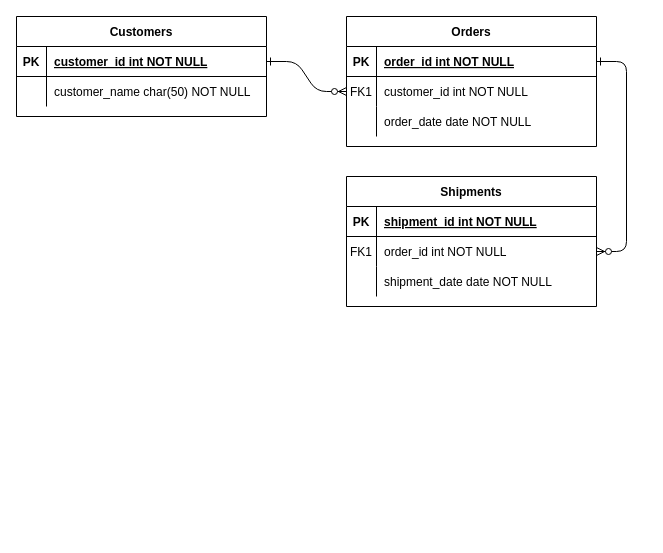
Siswadi24/BDI-DENPASAR keeps this draw.io diagram as Day9/Untitled Diagram.drawio. Above is the earlier version. Source tidied: cells renumbered, new cells numbered last; positions are measured from the earlier drawing's top-left corner, leaving out a move shared by most shapes. Both pictures are drawn from the tidied source at 100%, with x=0, y=0 at pixel (16, 16).
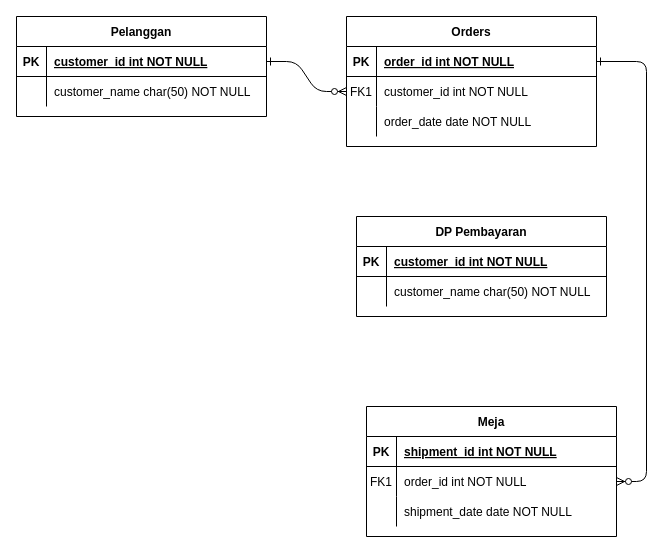
Above is the later version.

What changed in the source:
```diff
@@
-    <mxCell id="14" value="Shipments" style="shape=table;startSize=30;childLayout=tableLayout;rowLines=0;fontStyle=1;align=center;" parent="1" vertex="1">
-      <mxGeometry x="330" y="160" width="250" height="130" as="geometry" />
+    <mxCell id="14" value="Meja" style="shape=table;startSize=30;childLayout=tableLayout;rowLines=0;fontStyle=1;align=center;" parent="1" vertex="1">
+      <mxGeometry x="350" y="390" width="250" height="130" as="geometry" />
     </mxCell>
@@
-    <mxCell id="24" value="Customers" style="shape=table;startSize=30;childLayout=tableLayout;rowLines=0;fontStyle=1;align=center;" parent="1" vertex="1">
+    <mxCell id="24" value="Pelanggan" style="shape=table;startSize=30;childLayout=tableLayout;rowLines=0;fontStyle=1;align=center;" parent="1" vertex="1">
       <mxGeometry width="250" height="100" as="geometry" />
     </mxCell>
@@
+    <mxCell id="31" value="DP Pembayaran" style="shape=table;startSize=30;childLayout=tableLayout;rowLines=0;fontStyle=1;align=center;" parent="1" vertex="1">
+      <mxGeometry x="340" y="200" width="250" height="100" as="geometry" />
+    </mxCell>
+    <mxCell id="32" style="shape=partialRectangle;fillColor=none;top=0;left=0;right=0;bottom=1;" parent="31" vertex="1">
+      <mxGeometry y="30" width="250" height="30" as="geometry" />
+    </mxCell>
+    <mxCell id="33" value="PK" style="shape=partialRectangle;overflow=hidden;fillColor=none;top=0;left=0;bottom=0;right=0;fontStyle=1;" parent="32" vertex="1">
+      <mxGeometry width="30" height="30" as="geometry" />
+    </mxCell>
+    <mxCell id="34" value="customer_id int NOT NULL " style="shape=partialRectangle;overflow=hidden;fillColor=none;top=0;left=0;bottom=0;right=0;align=left;spacingLeft=6;fontStyle=5;" parent="32" vertex="1">
+      <mxGeometry x="30" width="220" height="30" as="geometry" />
+    </mxCell>
+    <mxCell id="35" style="shape=partialRectangle;fillColor=none;top=0;left=0;right=0;bottom=0;" parent="31" vertex="1">
+      <mxGeometry y="60" width="250" height="30" as="geometry" />
+    </mxCell>
+    <mxCell id="36" style="shape=partialRectangle;overflow=hidden;fillColor=none;top=0;left=0;bottom=0;right=0;" parent="35" vertex="1">
+      <mxGeometry width="30" height="30" as="geometry" />
+    </mxCell>
+    <mxCell id="37" value="customer_name char(50) NOT NULL" style="shape=partialRectangle;overflow=hidden;fillColor=none;top=0;left=0;bottom=0;right=0;align=left;spacingLeft=6;" parent="35" vertex="1">
+      <mxGeometry x="30" width="220" height="30" as="geometry" />
+    </mxCell>
```
